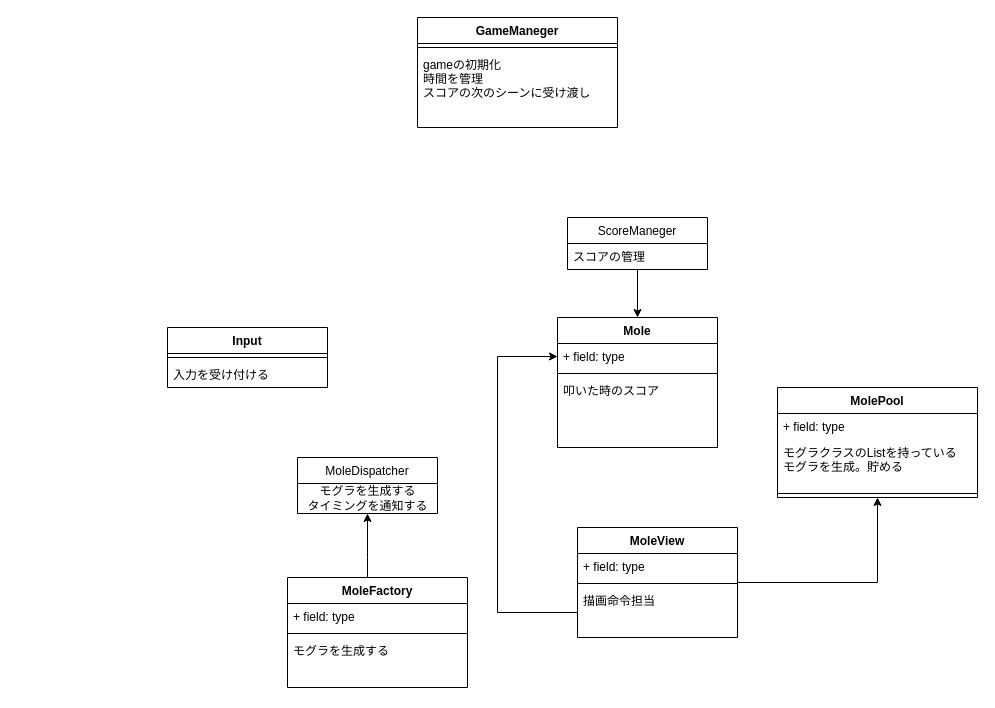
Above: Untitled Diagram.drawio in yanoharuto/Unity1Week (draw.io), before the change. Source tidied: cells renumbered, new cells numbered last; positions are measured from the earlier drawing's top-left corner, leaving out a move shared by most shapes. Both pictures are drawn from the tidied source at 100%, with x=0, y=0 at pixel (167, 17).
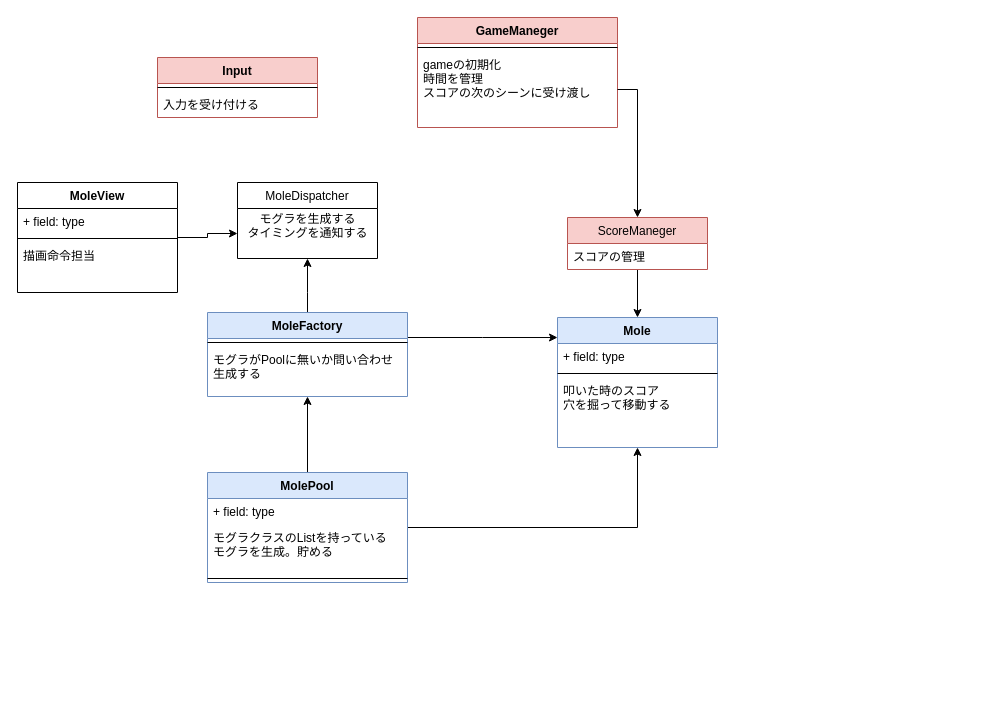
Above is the later version.

Commit message:
青矢野、赤オンカロ

Unchanged cells that the change refers to:
```xml
<mxCell id="7" value="gameの初期化&#10;時間を管理&#10;スコアの次のシーンに受け渡し" style="text;strokeColor=none;fillColor=none;align=left;verticalAlign=top;spacingLeft=4;spacingRight=4;overflow=hidden;points=[[0,0.5],[1,0.5]];portConstraint=eastwest;" parent="5" vertex="1">
  <mxGeometry y="34" width="200" height="76" as="geometry" />
</mxCell>
<mxCell id="9" value="+ field: type" style="text;strokeColor=none;fillColor=none;align=left;verticalAlign=top;spacingLeft=4;spacingRight=4;overflow=hidden;points=[[0,0.5],[1,0.5]];portConstraint=eastwest;" parent="8" vertex="1">
  <mxGeometry y="26" width="160" height="26" as="geometry" />
</mxCell>
<mxCell id="15" style="line;strokeWidth=1;fillColor=none;align=left;verticalAlign=middle;spacingTop=-1;spacingLeft=3;spacingRight=3;labelPosition=right;points=[];portConstraint=eastwest;" parent="12" vertex="1">
  <mxGeometry y="102" width="200" height="8" as="geometry" />
</mxCell>
<mxCell id="25" value="描画命令担当" style="text;strokeColor=none;fillColor=none;align=left;verticalAlign=top;spacingLeft=4;spacingRight=4;overflow=hidden;points=[[0,0.5],[1,0.5]];portConstraint=eastwest;" parent="22" vertex="1">
  <mxGeometry y="60" width="160" height="50" as="geometry" />
</mxCell>
```

The edit, as a diff of the source:
```diff
@@
-    <mxCell id="2" value="Input" style="swimlane;fontStyle=1;align=center;verticalAlign=top;horizontal=1;startSize=26;" parent="1" vertex="1">
-      <mxGeometry y="310" width="160" height="60" as="geometry" />
+    <mxCell id="2" value="Input" style="swimlane;fontStyle=1;align=center;verticalAlign=top;horizontal=1;startSize=26;fillColor=#f8cecc;strokeColor=#b85450;" parent="1" vertex="1">
+      <mxGeometry x="-10" y="40" width="160" height="60" as="geometry" />
     </mxCell>
@@
-    <mxCell id="5" value="GameManeger" style="swimlane;fontStyle=1;align=center;verticalAlign=top;horizontal=1;startSize=26;" parent="1" vertex="1">
+    <mxCell id="5" value="GameManeger" style="swimlane;fontStyle=1;align=center;verticalAlign=top;horizontal=1;startSize=26;fillColor=#f8cecc;strokeColor=#b85450;" parent="1" vertex="1">
       <mxGeometry x="250" width="200" height="110" as="geometry" />
     </mxCell>
@@
-    <mxCell id="8" value="Mole" style="swimlane;fontStyle=1;align=center;verticalAlign=top;horizontal=1;startSize=26;" parent="1" vertex="1">
+    <mxCell id="8" value="Mole" style="swimlane;fontStyle=1;align=center;verticalAlign=top;horizontal=1;startSize=26;fillColor=#dae8fc;strokeColor=#6c8ebf;" parent="1" vertex="1">
       <mxGeometry x="390" y="300" width="160" height="130" as="geometry" />
     </mxCell>
@@
-    <mxCell id="11" value="叩いた時のスコア" style="text;strokeColor=none;fillColor=none;align=left;verticalAlign=top;spacingLeft=4;spacingRight=4;overflow=hidden;" parent="8" vertex="1">
+    <mxCell id="11" value="叩いた時のスコア&#10;穴を掘って移動する" style="text;strokeColor=none;fillColor=none;align=left;verticalAlign=top;spacingLeft=4;spacingRight=4;overflow=hidden;" parent="8" vertex="1">
       <mxGeometry y="60" width="160" height="70" as="geometry" />
     </mxCell>
+    <mxCell id="32" style="edgeStyle=orthogonalEdgeStyle;rounded=0;jettySize=auto;html=1;entryX=0.5;entryY=1;entryDx=0;entryDy=0;entryPerimeter=0;" parent="1" edge="1" source="12" target="20">
+      <mxGeometry relative="1" as="geometry" />
+    </mxCell>
+    <mxCell id="33" style="edgeStyle=orthogonalEdgeStyle;rounded=0;jettySize=auto;html=1;" parent="1" edge="1" source="12" target="8">
+      <mxGeometry relative="1" as="geometry" />
+    </mxCell>
-    <mxCell id="12" value="MolePool" style="swimlane;fontStyle=1;align=center;verticalAlign=top;horizontal=1;startSize=26;" parent="1" vertex="1">
-      <mxGeometry x="610" y="370" width="200" height="110" as="geometry" />
+    <mxCell id="12" value="MolePool" style="swimlane;fontStyle=1;align=center;verticalAlign=top;horizontal=1;startSize=26;fillColor=#dae8fc;strokeColor=#6c8ebf;" parent="1" vertex="1">
+      <mxGeometry x="40" y="455" width="200" height="110" as="geometry" />
     </mxCell>
@@
     <mxCell id="16" style="edgeStyle=orthogonalEdgeStyle;rounded=0;jettySize=auto;html=1;" parent="1" edge="1" source="17" target="27">
       <mxGeometry relative="1" as="geometry">
         <Array as="points">
-          <mxPoint x="200" y="540" />
-          <mxPoint x="200" y="540" />
+          <mxPoint x="140" y="275" />
+          <mxPoint x="140" y="275" />
         </Array>
       </mxGeometry>
     </mxCell>
+    <mxCell id="34" style="edgeStyle=orthogonalEdgeStyle;rounded=0;jettySize=auto;html=1;entryX=0;entryY=0.154;entryDx=0;entryDy=0;entryPerimeter=0;" parent="1" edge="1" source="17" target="8">
+      <mxGeometry relative="1" as="geometry">
+        <Array as="points">
+          <mxPoint x="315" y="320" />
+          <mxPoint x="315" y="320" />
+        </Array>
+      </mxGeometry>
+    </mxCell>
-    <mxCell id="17" value="MoleFactory" style="swimlane;fontStyle=1;align=center;verticalAlign=top;horizontal=1;startSize=26;" parent="1" vertex="1">
-      <mxGeometry x="120" y="560" width="180" height="110" as="geometry" />
+    <mxCell id="17" value="MoleFactory" style="swimlane;fontStyle=1;align=center;verticalAlign=top;horizontal=1;startSize=26;fillColor=#dae8fc;strokeColor=#6c8ebf;" parent="1" vertex="1">
+      <mxGeometry x="40" y="295" width="200" height="84" as="geometry" />
     </mxCell>
-    <mxCell id="18" value="+ field: type" style="text;strokeColor=none;fillColor=none;align=left;verticalAlign=top;spacingLeft=4;spacingRight=4;overflow=hidden;" parent="17" vertex="1">
-      <mxGeometry y="26" width="180" height="26" as="geometry" />
-    </mxCell>
     <mxCell id="19" style="line;strokeWidth=1;fillColor=none;align=left;verticalAlign=middle;spacingTop=-1;spacingLeft=3;spacingRight=3;labelPosition=right;" parent="17" vertex="1">
-      <mxGeometry y="52" width="180" height="8" as="geometry" />
+      <mxGeometry y="26" width="200" height="8" as="geometry" />
     </mxCell>
-    <mxCell id="20" value="モグラを生成する" style="text;strokeColor=none;fillColor=none;align=left;verticalAlign=top;spacingLeft=4;spacingRight=4;overflow=hidden;points=[[0,0.5],[1,0.5]];portConstraint=eastwest;" parent="17" vertex="1">
-      <mxGeometry y="60" width="180" height="50" as="geometry" />
+    <mxCell id="20" value="モグラがPoolに無いか問い合わせ&#10;生成する" style="text;strokeColor=none;fillColor=none;align=left;verticalAlign=top;spacingLeft=4;spacingRight=4;overflow=hidden;points=[[0,0.5],[1,0.5]];portConstraint=eastwest;" parent="17" vertex="1">
+      <mxGeometry y="34" width="200" height="50" as="geometry" />
     </mxCell>
-    <mxCell id="21" style="edgeStyle=orthogonalEdgeStyle;rounded=0;jettySize=auto;html=1;" parent="1" edge="1" source="22" target="15">
-      <mxGeometry relative="1" as="geometry">
-        <Array as="points">
-          <mxPoint x="710" y="565" />
-        </Array>
-      </mxGeometry>
-    </mxCell>
+    <mxCell id="35" style="edgeStyle=orthogonalEdgeStyle;rounded=0;jettySize=auto;html=1;" parent="1" edge="1" source="22" target="27">
+      <mxGeometry relative="1" as="geometry" />
+    </mxCell>
     <mxCell id="22" value="MoleView" style="swimlane;fontStyle=1;align=center;verticalAlign=top;horizontal=1;startSize=26;" parent="1" vertex="1">
-      <mxGeometry x="410" y="510" width="160" height="110" as="geometry" />
+      <mxGeometry x="-150" y="165" width="160" height="110" as="geometry" />
     </mxCell>
@@
-    <mxCell id="26" value="MoleDispatcher" style="swimlane;fontStyle=0;horizontal=1;startSize=26;fillColor=none;" parent="1" vertex="1">
-      <mxGeometry x="130" y="440" width="140" height="56" as="geometry" />
+    <mxCell id="26" value="MoleDispatcher" style="swimlane;fontStyle=0;horizontal=1;startSize=26;" parent="1" vertex="1">
+      <mxGeometry x="70" y="165" width="140" height="76" as="geometry" />
     </mxCell>
-    <mxCell id="27" value="&lt;span style=&quot;text-align: left&quot;&gt;モグラを生成する&lt;br&gt;タイミングを通知する&lt;/span&gt;" style="text;html=1;align=center;verticalAlign=middle;points=[];strokeColor=none;fillColor=none;" parent="26" vertex="1">
-      <mxGeometry y="26" width="140" height="30" as="geometry" />
+    <mxCell id="27" value="&lt;span style=&quot;text-align: left&quot;&gt;モグラを生成する&lt;br&gt;タイミングを通知する&lt;br&gt;&lt;br&gt;&lt;/span&gt;" style="text;html=1;align=center;verticalAlign=middle;points=[];strokeColor=none;fillColor=none;" parent="26" vertex="1">
+      <mxGeometry y="26" width="140" height="50" as="geometry" />
     </mxCell>
@@
-    <mxCell id="29" value="ScoreManeger" style="swimlane;fontStyle=0;horizontal=1;startSize=26;fillColor=none;" parent="1" vertex="1">
+    <mxCell id="29" value="ScoreManeger" style="swimlane;fontStyle=0;horizontal=1;startSize=26;fillColor=#f8cecc;strokeColor=#b85450;" parent="1" vertex="1">
       <mxGeometry x="400" y="200" width="140" height="52" as="geometry" />
     </mxCell>
@@
-    <mxCell id="31" style="edgeStyle=orthogonalEdgeStyle;rounded=0;jettySize=auto;html=1;" parent="1" edge="1" source="25" target="9">
-      <mxGeometry relative="1" as="geometry">
-        <Array as="points">
-          <mxPoint x="330" y="595" />
-          <mxPoint x="330" y="339" />
-        </Array>
-      </mxGeometry>
-    </mxCell>
+    <mxCell id="36" style="edgeStyle=orthogonalEdgeStyle;rounded=0;jettySize=auto;html=1;exitX=1;exitY=0.5;exitDx=0;exitDy=0;entryX=0.5;entryY=0;entryDx=0;entryDy=0;" parent="1" edge="1" source="7" target="29">
+      <mxGeometry relative="1" as="geometry" />
+    </mxCell>
```
